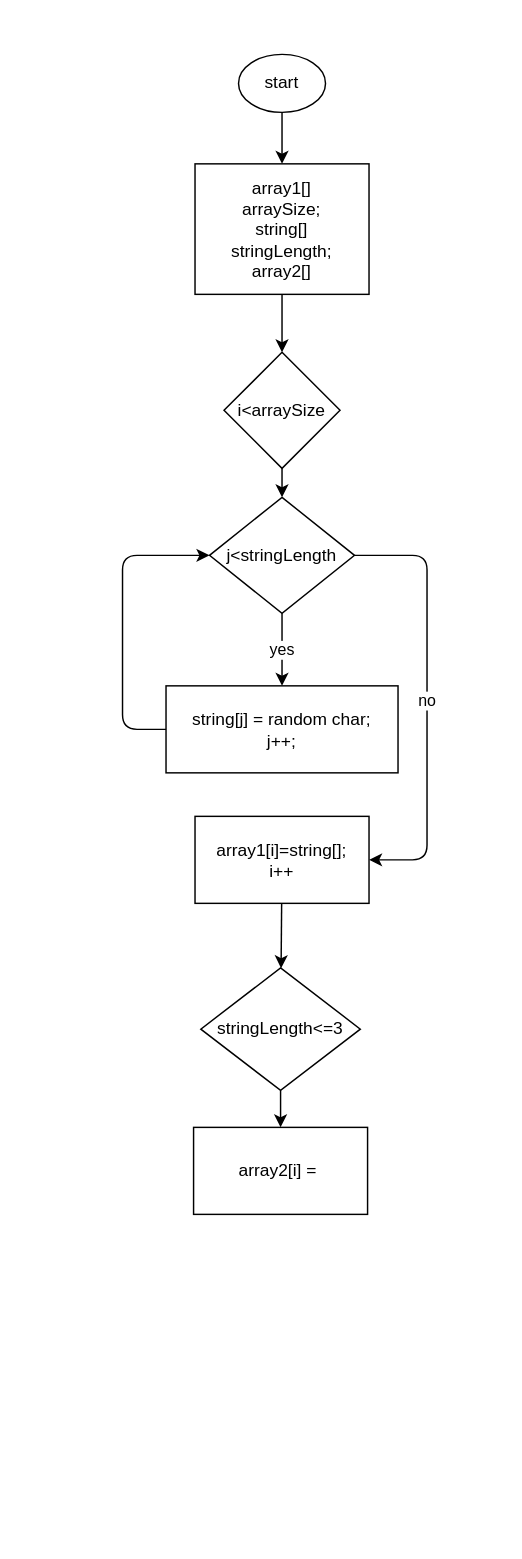
Earlier version of the draw.io diagram chart.drawio (Codelnum/exam1). Source tidied: cells renumbered, new cells numbered last; positions are measured from the earlier drawing's top-left corner, leaving out a move shared by most shapes. Both pictures are drawn from the tidied source at 145%, with x=0, y=0 at pixel (122, 54).
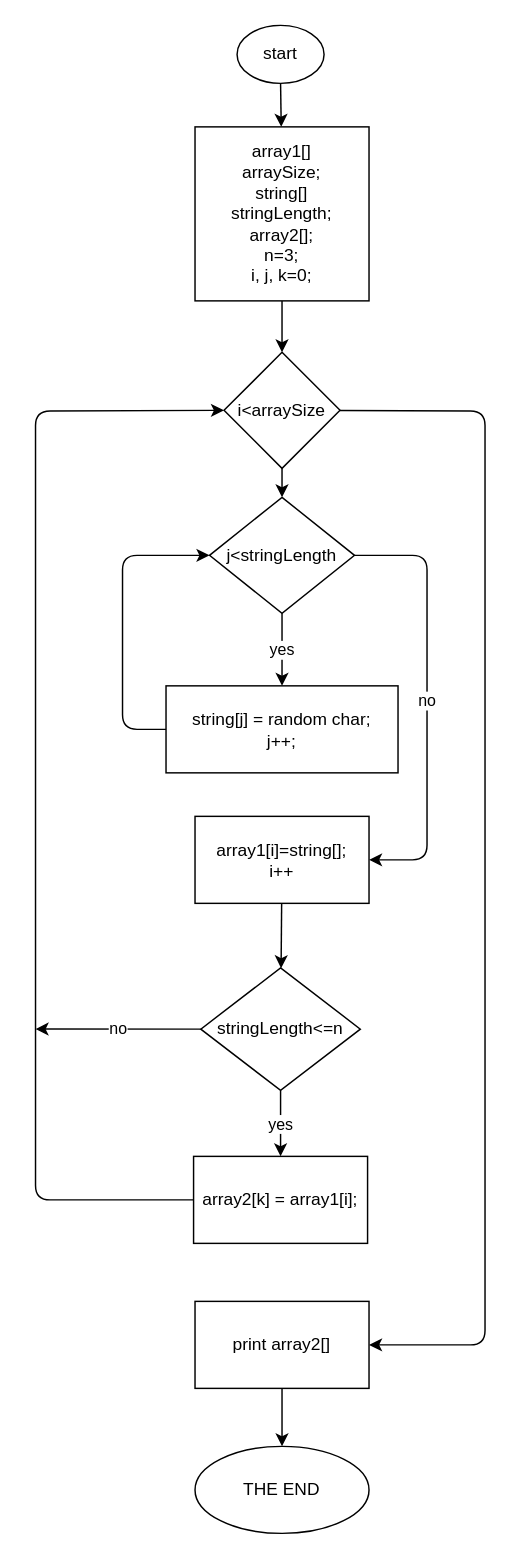
The same diagram, later.

The change refers to these unchanged cells:
```xml
<mxCell id="12" value="&lt;span&gt;i&amp;lt;arraySize&lt;/span&gt;" style="rhombus;whiteSpace=wrap;html=1;" parent="1" vertex="1">
  <mxGeometry x="70" y="205.5" width="80" height="80" as="geometry" />
</mxCell>
```

What changed in the source:
```diff
@@
     <mxCell id="3" value="start" style="ellipse;whiteSpace=wrap;html=1;" parent="1" vertex="1">
-      <mxGeometry x="80" width="60" height="40" as="geometry" />
+      <mxGeometry x="79" y="-20" width="60" height="40" as="geometry" />
     </mxCell>
@@
-    <mxCell id="5" value="array1[]&lt;br&gt;arraySize;&lt;br&gt;string[]&lt;br&gt;stringLength;&lt;br&gt;array2[]" style="rounded=0;whiteSpace=wrap;html=1;" parent="1" vertex="1">
-      <mxGeometry x="50" y="75.5" width="120" height="90" as="geometry" />
+    <mxCell id="5" value="array1[]&lt;br&gt;arraySize;&lt;br&gt;string[]&lt;br&gt;stringLength;&lt;br&gt;array2[];&lt;br&gt;n=3;&lt;br&gt;i, j, k=0;" style="rounded=0;whiteSpace=wrap;html=1;" parent="1" vertex="1">
+      <mxGeometry x="50" y="50" width="120" height="120" as="geometry" />
     </mxCell>
@@
+    <mxCell id="18" style="edgeStyle=none;html=1;entryX=1;entryY=0.5;entryDx=0;entryDy=0;" parent="1" edge="1" source="12" target="22">
+      <mxGeometry relative="1" as="geometry">
+        <Array as="points">
+          <mxPoint x="250" y="246" />
+          <mxPoint x="250" y="890" />
+        </Array>
+      </mxGeometry>
+    </mxCell>
@@
-    <mxCell id="15" style="edgeStyle=none;html=1;" parent="1" edge="1" source="16" target="17">
+    <mxCell id="15" value="yes" style="edgeStyle=none;html=1;" parent="1" edge="1" source="16" target="17">
       <mxGeometry relative="1" as="geometry" />
     </mxCell>
+    <mxCell id="19" value="no" style="edgeStyle=none;html=1;" parent="1" edge="1" source="16">
+      <mxGeometry relative="1" as="geometry">
+        <mxPoint x="-60" y="672.2" as="targetPoint" />
+      </mxGeometry>
+    </mxCell>
-    <mxCell id="16" value="stringLength&amp;lt;=3" style="rhombus;whiteSpace=wrap;html=1;" parent="1" vertex="1">
+    <mxCell id="16" value="stringLength&amp;lt;=n" style="rhombus;whiteSpace=wrap;html=1;" parent="1" vertex="1">
       <mxGeometry x="54" y="630" width="110" height="84.5" as="geometry" />
     </mxCell>
+    <mxCell id="20" style="edgeStyle=none;html=1;entryX=0;entryY=0.5;entryDx=0;entryDy=0;" parent="1" edge="1" source="17" target="12">
+      <mxGeometry relative="1" as="geometry">
+        <Array as="points">
+          <mxPoint x="-60" y="790" />
+          <mxPoint x="-60" y="246" />
+        </Array>
+      </mxGeometry>
+    </mxCell>
-    <mxCell id="17" value="array2[i] =&amp;nbsp;" style="whiteSpace=wrap;html=1;" parent="1" vertex="1">
-      <mxGeometry x="49" y="740" width="120" height="60" as="geometry" />
+    <mxCell id="17" value="array2[k] = array1[i];" style="whiteSpace=wrap;html=1;" parent="1" vertex="1">
+      <mxGeometry x="49" y="760" width="120" height="60" as="geometry" />
     </mxCell>
+    <mxCell id="21" style="edgeStyle=none;html=1;" parent="1" edge="1" source="22" target="23">
+      <mxGeometry relative="1" as="geometry" />
+    </mxCell>
+    <mxCell id="22" value="print array2[]" style="rounded=0;whiteSpace=wrap;html=1;" parent="1" vertex="1">
+      <mxGeometry x="50" y="860" width="120" height="60" as="geometry" />
+    </mxCell>
+    <mxCell id="23" value="THE END" style="ellipse;whiteSpace=wrap;html=1;rounded=0;" parent="1" vertex="1">
+      <mxGeometry x="50" y="960" width="120" height="60" as="geometry" />
+    </mxCell>
```
